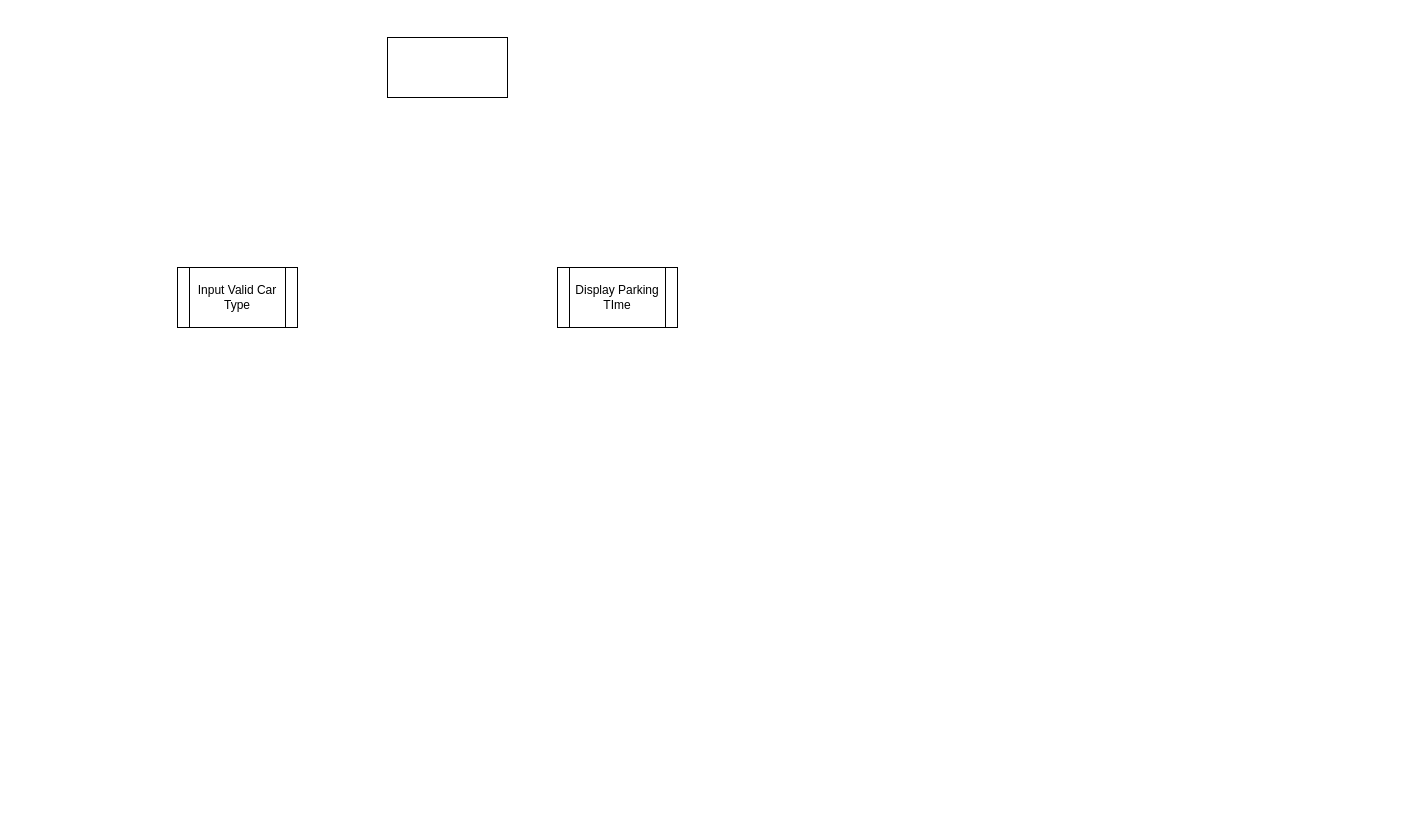
Earlier version of the draw.io diagram Project58_StructureChart.drawio (AmawNiZy/Assignments). Source tidied: cells renumbered, new cells numbered last; positions are measured from the earlier drawing's top-left corner, leaving out a move shared by most shapes. Both pictures are drawn from the tidied source at 100%, with x=0, y=0 at pixel (177, 37).
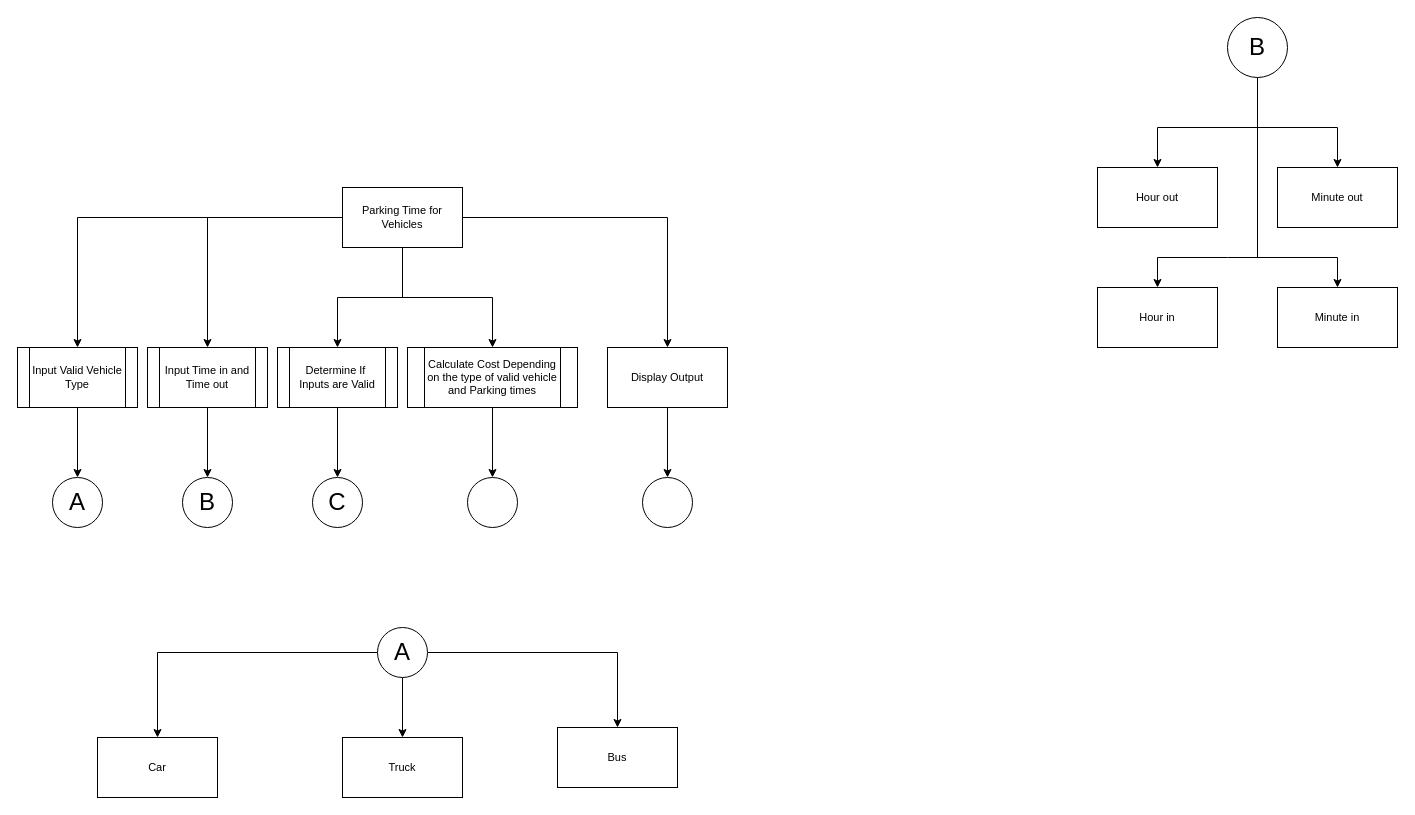
After the change.

The edit, as a diff of the source:
```diff
@@
+    <mxCell id="5" style="edgeStyle=orthogonalEdgeStyle;rounded=0;jettySize=auto;html=1;fontSize=11;" parent="1" edge="1" source="2" target="3">
+      <mxGeometry relative="1" as="geometry" />
+    </mxCell>
+    <mxCell id="6" style="edgeStyle=orthogonalEdgeStyle;rounded=0;jettySize=auto;html=1;fontSize=11;" parent="1" edge="1" source="2" target="15">
+      <mxGeometry relative="1" as="geometry" />
+    </mxCell>
+    <mxCell id="7" style="edgeStyle=orthogonalEdgeStyle;rounded=0;jettySize=auto;html=1;fontSize=11;" parent="1" edge="1" source="2" target="13">
+      <mxGeometry relative="1" as="geometry" />
+    </mxCell>
+    <mxCell id="8" style="edgeStyle=orthogonalEdgeStyle;rounded=0;jettySize=auto;html=1;" parent="1" edge="1" source="2" target="18">
+      <mxGeometry relative="1" as="geometry" />
+    </mxCell>
+    <mxCell id="9" style="edgeStyle=orthogonalEdgeStyle;rounded=0;jettySize=auto;html=1;" parent="1" edge="1" source="2" target="40">
+      <mxGeometry relative="1" as="geometry" />
+    </mxCell>
-    <mxCell id="2" style="rounded=0;whiteSpace=wrap;html=1;" parent="1" vertex="1">
-      <mxGeometry x="210" width="120" height="60" as="geometry" />
+    <mxCell id="2" value="Parking Time for Vehicles" style="rounded=0;whiteSpace=wrap;html=1;fontSize=11;" parent="1" vertex="1">
+      <mxGeometry x="165" y="150" width="120" height="60" as="geometry" />
     </mxCell>
+    <mxCell id="10" style="edgeStyle=orthogonalEdgeStyle;rounded=0;jettySize=auto;html=1;" parent="1" edge="1" source="3" target="16">
+      <mxGeometry relative="1" as="geometry" />
+    </mxCell>
-    <mxCell id="3" value="Input Valid Car Type" style="shape=process;whiteSpace=wrap;html=1;backgroundOutline=1;" parent="1" vertex="1">
-      <mxGeometry y="230" width="120" height="60" as="geometry" />
+    <mxCell id="3" value="Input Valid Vehicle Type" style="shape=process;whiteSpace=wrap;html=1;backgroundOutline=1;fontSize=11;" parent="1" vertex="1">
+      <mxGeometry x="-160" y="310" width="120" height="60" as="geometry" />
     </mxCell>
-    <mxCell id="4" value="Display Parking TIme" style="shape=process;whiteSpace=wrap;html=1;backgroundOutline=1;" parent="1" vertex="1">
-      <mxGeometry x="380" y="230" width="120" height="60" as="geometry" />
-    </mxCell>
+    <mxCell id="11" style="edgeStyle=orthogonalEdgeStyle;rounded=0;jettySize=auto;html=1;" parent="1" edge="1" source="40" target="20">
+      <mxGeometry relative="1" as="geometry" />
+    </mxCell>
+    <mxCell id="12" style="edgeStyle=orthogonalEdgeStyle;rounded=0;jettySize=auto;html=1;" parent="1" edge="1" source="13" target="19">
+      <mxGeometry relative="1" as="geometry" />
+    </mxCell>
+    <mxCell id="13" value="Calculate Cost Depending on the type of valid vehicle and Parking times" style="shape=process;whiteSpace=wrap;html=1;backgroundOutline=1;fontSize=11;" parent="1" vertex="1">
+      <mxGeometry x="230" y="310" width="170" height="60" as="geometry" />
+    </mxCell>
+    <mxCell id="14" style="edgeStyle=orthogonalEdgeStyle;rounded=0;jettySize=auto;html=1;" parent="1" edge="1" source="15" target="41">
+      <mxGeometry relative="1" as="geometry" />
+    </mxCell>
+    <mxCell id="15" value="Display Output" style="rounded=0;whiteSpace=wrap;html=1;fontSize=11;" parent="1" vertex="1">
+      <mxGeometry x="430" y="310" width="120" height="60" as="geometry" />
+    </mxCell>
+    <mxCell id="16" value="A" style="ellipse;whiteSpace=wrap;html=1;fontSize=24;" parent="1" vertex="1">
+      <mxGeometry x="-125" y="440" width="50" height="50" as="geometry" />
+    </mxCell>
+    <mxCell id="17" style="edgeStyle=orthogonalEdgeStyle;rounded=0;jettySize=auto;html=1;" parent="1" edge="1" source="18" target="21">
+      <mxGeometry relative="1" as="geometry" />
+    </mxCell>
+    <mxCell id="18" value="Input Time in and Time out" style="shape=process;whiteSpace=wrap;html=1;backgroundOutline=1;fontSize=11;" parent="1" vertex="1">
+      <mxGeometry x="-30" y="310" width="120" height="60" as="geometry" />
+    </mxCell>
+    <mxCell id="19" style="ellipse;whiteSpace=wrap;html=1;fontSize=24;" parent="1" vertex="1">
+      <mxGeometry x="290" y="440" width="50" height="50" as="geometry" />
+    </mxCell>
+    <mxCell id="20" value="C" style="ellipse;whiteSpace=wrap;html=1;fontSize=24;" parent="1" vertex="1">
+      <mxGeometry x="135" y="440" width="50" height="50" as="geometry" />
+    </mxCell>
+    <mxCell id="21" value="B" style="ellipse;whiteSpace=wrap;html=1;fontSize=24;" parent="1" vertex="1">
+      <mxGeometry x="5" y="440" width="50" height="50" as="geometry" />
+    </mxCell>
+    <mxCell id="22" style="edgeStyle=orthogonalEdgeStyle;rounded=0;jettySize=auto;html=1;" parent="1" edge="1" source="25" target="26">
+      <mxGeometry relative="1" as="geometry" />
+    </mxCell>
+    <mxCell id="23" style="edgeStyle=orthogonalEdgeStyle;rounded=0;jettySize=auto;html=1;" parent="1" edge="1" source="25" target="28">
+      <mxGeometry relative="1" as="geometry" />
+    </mxCell>
+    <mxCell id="24" style="edgeStyle=orthogonalEdgeStyle;rounded=0;jettySize=auto;html=1;" parent="1" edge="1" source="25" target="27">
+      <mxGeometry relative="1" as="geometry" />
+    </mxCell>
+    <mxCell id="25" value="A" style="ellipse;whiteSpace=wrap;html=1;fontSize=24;" parent="1" vertex="1">
+      <mxGeometry x="200" y="590" width="50" height="50" as="geometry" />
+    </mxCell>
+    <mxCell id="26" value="Car" style="rounded=0;whiteSpace=wrap;html=1;fontSize=11;" parent="1" vertex="1">
+      <mxGeometry x="-80" y="700" width="120" height="60" as="geometry" />
+    </mxCell>
+    <mxCell id="27" value="Bus" style="rounded=0;whiteSpace=wrap;html=1;fontSize=11;" parent="1" vertex="1">
+      <mxGeometry x="380" y="690" width="120" height="60" as="geometry" />
+    </mxCell>
+    <mxCell id="28" value="Truck" style="rounded=0;whiteSpace=wrap;html=1;fontSize=11;" parent="1" vertex="1">
+      <mxGeometry x="165" y="700" width="120" height="60" as="geometry" />
+    </mxCell>
+    <mxCell id="29" value="B" style="ellipse;whiteSpace=wrap;html=1;fontSize=24;" parent="1" vertex="1">
+      <mxGeometry x="1050" y="-20" width="60" height="60" as="geometry" />
+    </mxCell>
+    <mxCell id="30" value="Hour in" style="rounded=0;whiteSpace=wrap;html=1;fontSize=11;" parent="1" vertex="1">
+      <mxGeometry x="920" y="250" width="120" height="60" as="geometry" />
+    </mxCell>
+    <mxCell id="31" value="Minute in" style="rounded=0;whiteSpace=wrap;html=1;fontSize=11;" parent="1" vertex="1">
+      <mxGeometry x="1100" y="250" width="120" height="60" as="geometry" />
+    </mxCell>
+    <mxCell id="32" value="Hour out" style="rounded=0;whiteSpace=wrap;html=1;fontSize=11;" parent="1" vertex="1">
+      <mxGeometry x="920" y="130" width="120" height="60" as="geometry" />
+    </mxCell>
+    <mxCell id="33" value="Minute out" style="rounded=0;whiteSpace=wrap;html=1;fontSize=11;" parent="1" vertex="1">
+      <mxGeometry x="1100" y="130" width="120" height="60" as="geometry" />
+    </mxCell>
+    <mxCell id="34" style="endArrow=classic;html=1;rounded=0;entryX=0.5;entryY=0;entryDx=0;entryDy=0;" parent="1" edge="1" target="30">
+      <mxGeometry relative="1" as="geometry">
+        <mxPoint x="1050" y="220" as="sourcePoint" />
+        <Array as="points">
+          <mxPoint x="980" y="220" />
+        </Array>
+      </mxGeometry>
+    </mxCell>
+    <mxCell id="35" style="endArrow=classic;html=1;rounded=0;entryX=0.5;entryY=0;entryDx=0;entryDy=0;" parent="1" edge="1" target="31">
+      <mxGeometry relative="1" as="geometry">
+        <mxPoint x="1050" y="220" as="sourcePoint" />
+        <Array as="points">
+          <mxPoint x="1160" y="220" />
+        </Array>
+      </mxGeometry>
+    </mxCell>
+    <mxCell id="36" style="endArrow=classic;html=1;rounded=0;entryX=0.5;entryY=0;entryDx=0;entryDy=0;" parent="1" edge="1" target="32">
+      <mxGeometry relative="1" as="geometry">
+        <mxPoint x="980" y="90" as="sourcePoint" />
+      </mxGeometry>
+    </mxCell>
+    <mxCell id="37" style="endArrow=classic;html=1;rounded=0;entryX=0.5;entryY=0;entryDx=0;entryDy=0;" parent="1" edge="1" target="33">
+      <mxGeometry relative="1" as="geometry">
+        <mxPoint x="1160" y="90" as="sourcePoint" />
+      </mxGeometry>
+    </mxCell>
+    <mxCell id="38" style="endArrow=none;html=1;rounded=0;" parent="1" edge="1">
+      <mxGeometry relative="1" as="geometry">
+        <mxPoint x="980" y="90" as="sourcePoint" />
+        <mxPoint x="1160" y="90" as="targetPoint" />
+      </mxGeometry>
+    </mxCell>
+    <mxCell id="39" style="endArrow=none;html=1;rounded=0;" parent="1" edge="1">
+      <mxGeometry relative="1" as="geometry">
+        <mxPoint x="1080" y="220" as="sourcePoint" />
+        <mxPoint x="1080" y="40" as="targetPoint" />
+      </mxGeometry>
+    </mxCell>
+    <mxCell id="40" value="Determine If&amp;nbsp; Inputs are Valid" style="shape=process;whiteSpace=wrap;html=1;backgroundOutline=1;fontSize=11;" parent="1" vertex="1">
+      <mxGeometry x="100" y="310" width="120" height="60" as="geometry" />
+    </mxCell>
+    <mxCell id="41" style="ellipse;whiteSpace=wrap;html=1;fontSize=24;" parent="1" vertex="1">
+      <mxGeometry x="465" y="440" width="50" height="50" as="geometry" />
+    </mxCell>
```
